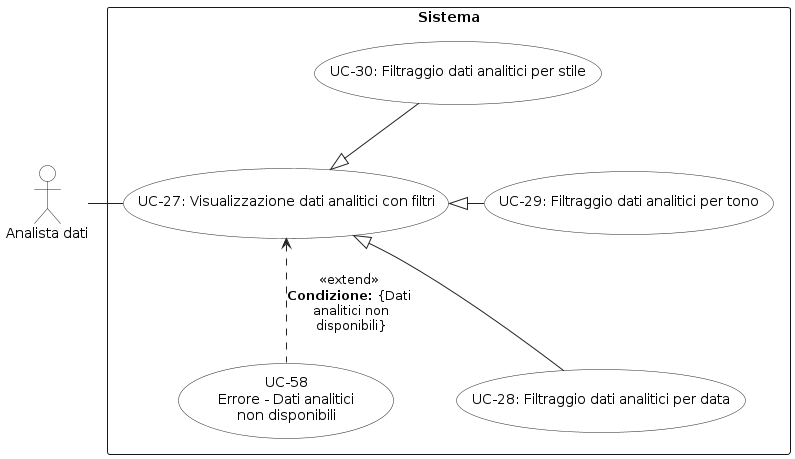
Before: RTB/Analisi dei Requisiti/diagrammi_use_case/UC-27.png, a diagram exported from PlantUML (aLittleByte-19/Documentazione).
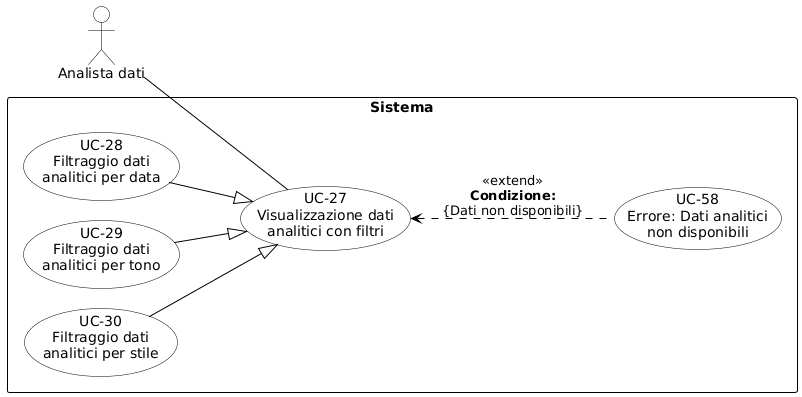
The same diagram one commit later.

Change to the diagram source:
```diff
@@ -1,42 +1,41 @@
 @startuml
 skinparam shadowing false
-skinparam backgroundColor white
-skinparam packageStyle rectangle
+skinparam defaultFontName Arial
+left to right direction
+skinparam nodesep 20
+skinparam ranksep 60
 
 skinparam usecase {
-BorderColor #222222
-BackgroundColor white
-ArrowColor #222222
+    BackgroundColor white
+    BorderColor black
+    ArrowColor black
 }
 skinparam actor {
-BorderColor #222222
-BackgroundColor white
-ArrowColor #222222
+    BackgroundColor white
+    BorderColor black
+}
+skinparam rectangle {
+    BorderColor black
+    FontStyle bold
 }
 
 actor "Analista dati" as AD
 
 rectangle "Sistema" {
-usecase "UC-27: Visualizzazione dati analitici con filtri" as UC26
+    usecase "UC-27\nVisualizzazione dati\nanalitici con filtri" as UC27
 
-usecase "UC-28: Filtraggio dati analitici per data" as UC263
-usecase "UC-29: Filtraggio dati analitici per tono" as UC262
-usecase "UC-30: Filtraggio dati analitici per stile" as UC261
+    usecase "UC-28\nFiltraggio dati\nanalitici per data" as UC28
+    usecase "UC-29\nFiltraggio dati\nanalitici per tono" as UC29
+    usecase "UC-30\nFiltraggio dati\nanalitici per stile" as UC30
 
+    usecase "UC-58\nErrore: Dati analitici\nnon disponibili" as UC58
 
-usecase "UC-58\nErrore - Dati analitici\nnon disponibili" as UC58
+    UC28 --|> UC27
+    UC29 --|> UC27
+    UC30 --|> UC27
+
+    UC27 <.. UC58 : <<extend>>\n**Condizione:**\n{Dati non disponibili}
 }
 
-AD -right- UC26
-
-UC263 -up-|> UC26
-UC262 -left-|> UC26
-UC261 -down-|> UC26
-
-
-UC58 .up.> UC26 : <<extend>>\n**Condizione:** {Dati\n analitici non\n disponibili}
-
-
-UC262 -[hidden]up- UC261
-UC262 -[hidden]down- UC263
+AD -down- UC27
 @enduml
```
